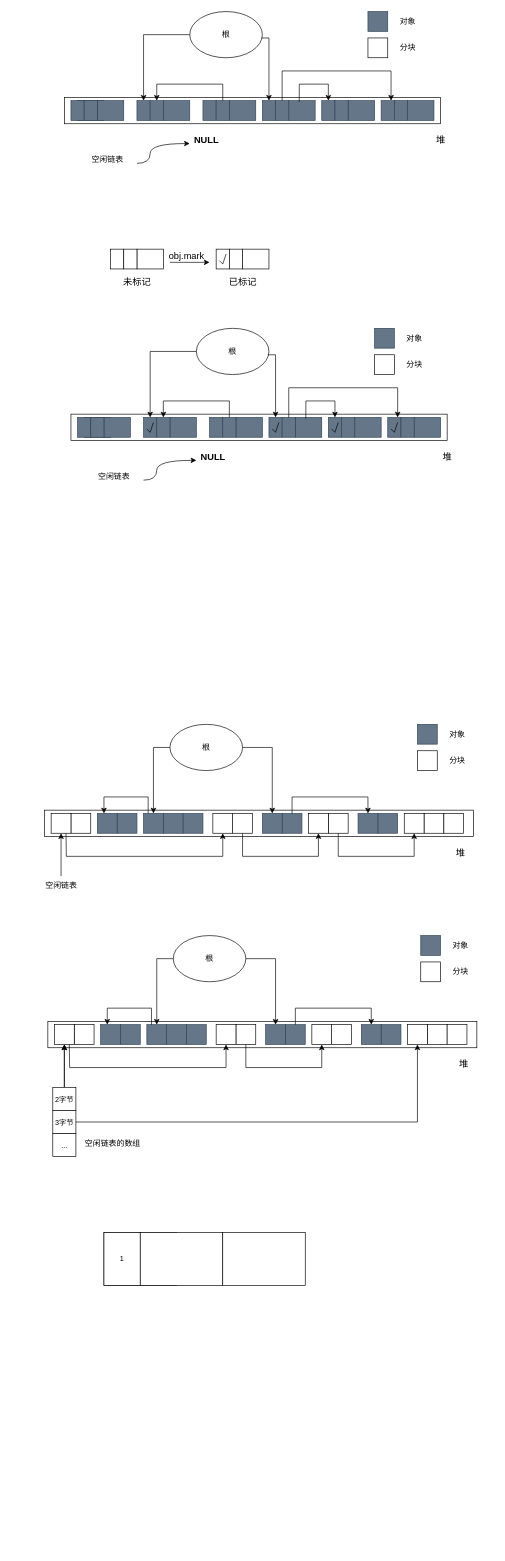
Earlier version of the draw.io diagram gc.drawio (hhyouyou/draw). Source tidied: cells renumbered, new cells numbered last; positions are measured from the earlier drawing's top-left corner, leaving out a move shared by most shapes. Both pictures are drawn from the tidied source at 66%, with x=0, y=0 at pixel (38, 11).
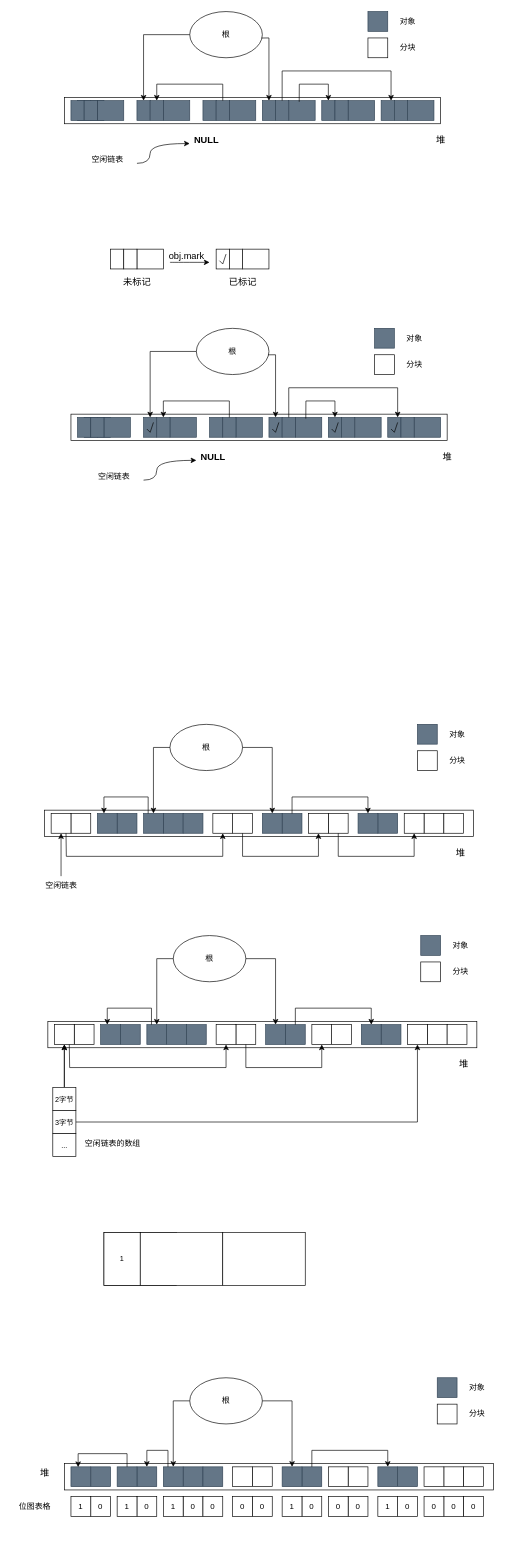
Above is the later version.

What changed in the source:
```diff
@@
+    <mxCell id="184" style="group;" parent="1" vertex="1">
+      <mxGeometry x="-40" y="2070" width="730" height="260" as="geometry" />
+    </mxCell>
+    <mxCell id="185" style="group;" parent="184" vertex="1">
+      <mxGeometry x="70" width="660" height="260" as="geometry" />
+    </mxCell>
+    <mxCell id="186" value="根" style="ellipse;whiteSpace=wrap;html=1;" parent="185" vertex="1">
+      <mxGeometry x="200" width="110" height="70" as="geometry" />
+    </mxCell>
+    <mxCell id="187" style="rounded=0;whiteSpace=wrap;html=1;" parent="185" vertex="1">
+      <mxGeometry x="10" y="130" width="650" height="40" as="geometry" />
+    </mxCell>
+    <mxCell id="188" style="rounded=0;whiteSpace=wrap;html=1;fillColor=#647687;fontColor=#ffffff;strokeColor=#314354;" parent="185" vertex="1">
+      <mxGeometry x="50" y="135" width="30" height="30" as="geometry" />
+    </mxCell>
+    <mxCell id="189" style="rounded=0;whiteSpace=wrap;html=1;fillColor=#647687;fontColor=#ffffff;strokeColor=#314354;" parent="185" vertex="1">
+      <mxGeometry x="20" y="135" width="30" height="30" as="geometry" />
+    </mxCell>
+    <mxCell id="190" style="whiteSpace=wrap;html=1;fillColor=#647687;fontColor=#ffffff;strokeColor=#314354;" parent="185" vertex="1">
+      <mxGeometry x="575" width="30" height="30" as="geometry" />
+    </mxCell>
+    <mxCell id="191" style="whiteSpace=wrap;html=1;" parent="185" vertex="1">
+      <mxGeometry x="575" y="40" width="30" height="30" as="geometry" />
+    </mxCell>
+    <mxCell id="192" value="对象" style="text;html=1;align=center;verticalAlign=middle;strokeColor=none;fillColor=none;" parent="185" vertex="1">
+      <mxGeometry x="610" width="50" height="30" as="geometry" />
+    </mxCell>
+    <mxCell id="193" value="分块" style="text;html=1;align=center;verticalAlign=middle;strokeColor=none;fillColor=none;" parent="185" vertex="1">
+      <mxGeometry x="610" y="40" width="50" height="30" as="geometry" />
+    </mxCell>
+    <mxCell id="194" style="rounded=0;whiteSpace=wrap;html=1;fillColor=#647687;fontColor=#ffffff;strokeColor=#314354;" parent="185" vertex="1">
+      <mxGeometry x="120" y="135" width="30" height="30" as="geometry" />
+    </mxCell>
+    <mxCell id="195" style="rounded=0;whiteSpace=wrap;html=1;fillColor=#647687;fontColor=#ffffff;strokeColor=#314354;" parent="185" vertex="1">
+      <mxGeometry x="90" y="135" width="30" height="30" as="geometry" />
+    </mxCell>
+    <mxCell id="196" style="group;" parent="185" vertex="1">
+      <mxGeometry x="160" y="135" width="90" height="30" as="geometry" />
+    </mxCell>
+    <mxCell id="197" style="rounded=0;whiteSpace=wrap;html=1;fillColor=#647687;fontColor=#ffffff;strokeColor=#314354;" parent="196" vertex="1">
+      <mxGeometry x="30" width="30" height="30" as="geometry" />
+    </mxCell>
+    <mxCell id="198" style="rounded=0;whiteSpace=wrap;html=1;fillColor=#647687;fontColor=#ffffff;strokeColor=#314354;" parent="196" vertex="1">
+      <mxGeometry width="30" height="30" as="geometry" />
+    </mxCell>
+    <mxCell id="199" style="rounded=0;whiteSpace=wrap;html=1;fillColor=#647687;fontColor=#ffffff;strokeColor=#314354;" parent="196" vertex="1">
+      <mxGeometry x="60" width="30" height="30" as="geometry" />
+    </mxCell>
+    <mxCell id="200" style="rounded=0;whiteSpace=wrap;html=1;" parent="185" vertex="1">
+      <mxGeometry x="295" y="135" width="30" height="30" as="geometry" />
+    </mxCell>
+    <mxCell id="201" style="rounded=0;whiteSpace=wrap;html=1;" parent="185" vertex="1">
+      <mxGeometry x="265" y="135" width="30" height="30" as="geometry" />
+    </mxCell>
+    <mxCell id="202" style="rounded=0;whiteSpace=wrap;html=1;fillColor=#647687;fontColor=#ffffff;strokeColor=#314354;" parent="185" vertex="1">
+      <mxGeometry x="370" y="135" width="30" height="30" as="geometry" />
+    </mxCell>
+    <mxCell id="203" style="rounded=0;whiteSpace=wrap;html=1;fillColor=#647687;fontColor=#ffffff;strokeColor=#314354;" parent="185" vertex="1">
+      <mxGeometry x="340" y="135" width="30" height="30" as="geometry" />
+    </mxCell>
+    <mxCell id="204" style="edgeStyle=orthogonalEdgeStyle;rounded=0;jettySize=auto;html=1;exitX=1;exitY=0.5;exitDx=0;exitDy=0;elbow=vertical;" parent="185" edge="1" source="186" target="203">
+      <mxGeometry relative="1" as="geometry" />
+    </mxCell>
+    <mxCell id="205" style="rounded=0;whiteSpace=wrap;html=1;" parent="185" vertex="1">
+      <mxGeometry x="440" y="135" width="30" height="30" as="geometry" />
+    </mxCell>
+    <mxCell id="206" style="rounded=0;whiteSpace=wrap;html=1;" parent="185" vertex="1">
+      <mxGeometry x="410" y="135" width="30" height="30" as="geometry" />
+    </mxCell>
+    <mxCell id="207" style="rounded=0;whiteSpace=wrap;html=1;fillColor=#647687;fontColor=#ffffff;strokeColor=#314354;" parent="185" vertex="1">
+      <mxGeometry x="515" y="135" width="30" height="30" as="geometry" />
+    </mxCell>
+    <mxCell id="208" style="rounded=0;whiteSpace=wrap;html=1;fillColor=#647687;fontColor=#ffffff;strokeColor=#314354;" parent="185" vertex="1">
+      <mxGeometry x="485" y="135" width="30" height="30" as="geometry" />
+    </mxCell>
+    <mxCell id="209" style="rounded=0;whiteSpace=wrap;html=1;" parent="185" vertex="1">
+      <mxGeometry x="585" y="135" width="30" height="30" as="geometry" />
+    </mxCell>
+    <mxCell id="210" style="rounded=0;whiteSpace=wrap;html=1;" parent="185" vertex="1">
+      <mxGeometry x="555" y="135" width="30" height="30" as="geometry" />
+    </mxCell>
+    <mxCell id="211" style="rounded=0;whiteSpace=wrap;html=1;" parent="185" vertex="1">
+      <mxGeometry x="615" y="135" width="30" height="30" as="geometry" />
+    </mxCell>
+    <mxCell id="212" style="edgeStyle=orthogonalEdgeStyle;rounded=0;jettySize=auto;html=1;exitX=0.5;exitY=0;exitDx=0;exitDy=0;entryX=0.5;entryY=0;entryDx=0;entryDy=0;elbow=vertical;" parent="185" edge="1" source="202" target="208">
+      <mxGeometry relative="1" as="geometry">
+        <Array as="points">
+          <mxPoint x="385" y="110" />
+          <mxPoint x="500" y="110" />
+        </Array>
+      </mxGeometry>
+    </mxCell>
+    <mxCell id="213" style="edgeStyle=orthogonalEdgeStyle;rounded=0;jettySize=auto;html=1;exitX=0;exitY=0.5;exitDx=0;exitDy=0;elbow=vertical;" parent="185" edge="1" source="186" target="198">
+      <mxGeometry relative="1" as="geometry">
+        <Array as="points">
+          <mxPoint x="175" y="35" />
+        </Array>
+      </mxGeometry>
+    </mxCell>
+    <mxCell id="214" style="edgeStyle=orthogonalEdgeStyle;rounded=0;jettySize=auto;html=1;elbow=vertical;entryX=0.5;entryY=0;entryDx=0;entryDy=0;" parent="185" edge="1" source="198" target="194">
+      <mxGeometry relative="1" as="geometry">
+        <Array as="points">
+          <mxPoint x="167" y="110" />
+          <mxPoint x="135" y="110" />
+        </Array>
+      </mxGeometry>
+    </mxCell>
+    <mxCell id="215" style="edgeStyle=orthogonalEdgeStyle;rounded=0;jettySize=auto;html=1;entryX=0.363;entryY=0.014;entryDx=0;entryDy=0;entryPerimeter=0;exitX=0.5;exitY=0;exitDx=0;exitDy=0;" parent="185" edge="1" source="195" target="189">
+      <mxGeometry relative="1" as="geometry" />
+    </mxCell>
+    <mxCell id="216" value="0" style="rounded=0;whiteSpace=wrap;html=1;" parent="185" vertex="1">
+      <mxGeometry x="50" y="180" width="30" height="30" as="geometry" />
+    </mxCell>
+    <mxCell id="217" value="1" style="rounded=0;whiteSpace=wrap;html=1;" parent="185" vertex="1">
+      <mxGeometry x="20" y="180" width="30" height="30" as="geometry" />
+    </mxCell>
+    <mxCell id="218" value="0" style="rounded=0;whiteSpace=wrap;html=1;" parent="185" vertex="1">
+      <mxGeometry x="120" y="180" width="30" height="30" as="geometry" />
+    </mxCell>
+    <mxCell id="219" value="1" style="rounded=0;whiteSpace=wrap;html=1;" parent="185" vertex="1">
+      <mxGeometry x="90" y="180" width="30" height="30" as="geometry" />
+    </mxCell>
+    <mxCell id="220" value="0" style="rounded=0;whiteSpace=wrap;html=1;" parent="185" vertex="1">
+      <mxGeometry x="190" y="180" width="30" height="30" as="geometry" />
+    </mxCell>
+    <mxCell id="221" value="1" style="rounded=0;whiteSpace=wrap;html=1;" parent="185" vertex="1">
+      <mxGeometry x="160" y="180" width="30" height="30" as="geometry" />
+    </mxCell>
+    <mxCell id="222" value="0" style="rounded=0;whiteSpace=wrap;html=1;" parent="185" vertex="1">
+      <mxGeometry x="220" y="180" width="30" height="30" as="geometry" />
+    </mxCell>
+    <mxCell id="223" value="0" style="rounded=0;whiteSpace=wrap;html=1;" parent="185" vertex="1">
+      <mxGeometry x="295" y="180" width="30" height="30" as="geometry" />
+    </mxCell>
+    <mxCell id="224" value="0" style="rounded=0;whiteSpace=wrap;html=1;" parent="185" vertex="1">
+      <mxGeometry x="265" y="180" width="30" height="30" as="geometry" />
+    </mxCell>
+    <mxCell id="225" value="0" style="rounded=0;whiteSpace=wrap;html=1;" parent="185" vertex="1">
+      <mxGeometry x="370" y="180" width="30" height="30" as="geometry" />
+    </mxCell>
+    <mxCell id="226" value="1" style="rounded=0;whiteSpace=wrap;html=1;" parent="185" vertex="1">
+      <mxGeometry x="340" y="180" width="30" height="30" as="geometry" />
+    </mxCell>
+    <mxCell id="227" value="0" style="rounded=0;whiteSpace=wrap;html=1;" parent="185" vertex="1">
+      <mxGeometry x="440" y="180" width="30" height="30" as="geometry" />
+    </mxCell>
+    <mxCell id="228" value="0" style="rounded=0;whiteSpace=wrap;html=1;" parent="185" vertex="1">
+      <mxGeometry x="410" y="180" width="30" height="30" as="geometry" />
+    </mxCell>
+    <mxCell id="229" value="0" style="rounded=0;whiteSpace=wrap;html=1;" parent="185" vertex="1">
+      <mxGeometry x="515" y="180" width="30" height="30" as="geometry" />
+    </mxCell>
+    <mxCell id="230" value="1" style="rounded=0;whiteSpace=wrap;html=1;" parent="185" vertex="1">
+      <mxGeometry x="485" y="180" width="30" height="30" as="geometry" />
+    </mxCell>
+    <mxCell id="231" value="0" style="rounded=0;whiteSpace=wrap;html=1;" parent="185" vertex="1">
+      <mxGeometry x="585" y="180" width="30" height="30" as="geometry" />
+    </mxCell>
+    <mxCell id="232" value="0" style="rounded=0;whiteSpace=wrap;html=1;" parent="185" vertex="1">
+      <mxGeometry x="555" y="180" width="30" height="30" as="geometry" />
+    </mxCell>
+    <mxCell id="233" value="0" style="rounded=0;whiteSpace=wrap;html=1;" parent="185" vertex="1">
+      <mxGeometry x="615" y="180" width="30" height="30" as="geometry" />
+    </mxCell>
+    <mxCell id="234" value="堆" style="text;html=1;align=center;verticalAlign=middle;strokeColor=none;fillColor=none;fontSize=14;" parent="184" vertex="1">
+      <mxGeometry x="30" y="130" width="40" height="30" as="geometry" />
+    </mxCell>
+    <mxCell id="235" value="位图表格" style="text;html=1;align=center;verticalAlign=middle;strokeColor=none;fillColor=none;" parent="184" vertex="1">
+      <mxGeometry y="180" width="70" height="30" as="geometry" />
+    </mxCell>
```
